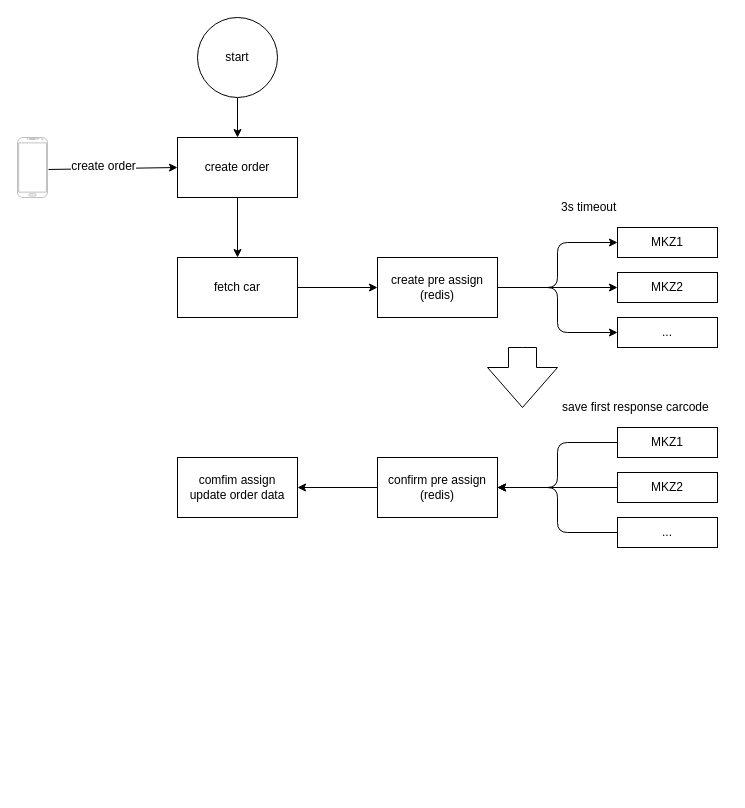
Before: 出行项目/weridego_local_signorder.drawio in wurh/myDesignDoc, a draw.io diagram. Source tidied: cells renumbered, new cells numbered last; positions are measured from the earlier drawing's top-left corner, leaving out a move shared by most shapes. Both pictures are drawn from the tidied source at 100%, with x=0, y=0 at pixel (17, 17).
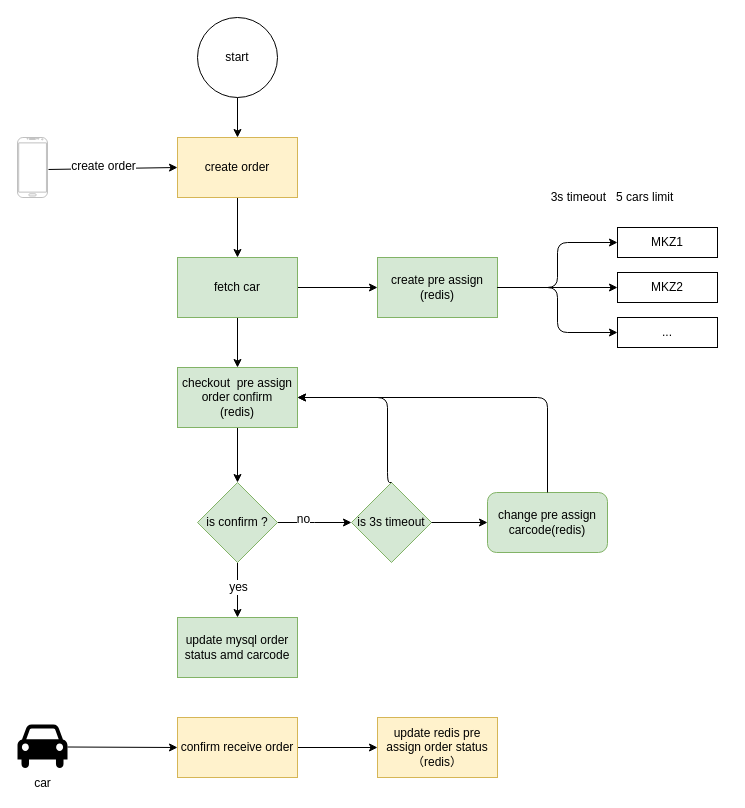
After the change.

Change to the diagram source:
```diff
@@
-    <mxCell id="6" value="create order" style="rounded=0;whiteSpace=wrap;html=1;" parent="1" vertex="1">
+    <mxCell id="6" value="create order" style="rounded=0;whiteSpace=wrap;html=1;fillColor=#fff2cc;strokeColor=#d6b656;" parent="1" vertex="1">
       <mxGeometry x="160" y="120" width="120" height="60" as="geometry" />
     </mxCell>
@@
+    <mxCell id="30" style="edgeStyle=orthogonalEdgeStyle;rounded=0;jettySize=auto;html=1;" parent="1" edge="1" source="10" target="32">
+      <mxGeometry relative="1" as="geometry" />
+    </mxCell>
-    <mxCell id="10" value="fetch car" style="rounded=0;whiteSpace=wrap;html=1;" parent="1" vertex="1">
+    <mxCell id="10" value="fetch car" style="rounded=0;whiteSpace=wrap;html=1;fillColor=#d5e8d4;strokeColor=#82b366;" parent="1" vertex="1">
       <mxGeometry x="160" y="240" width="120" height="60" as="geometry" />
     </mxCell>
-    <mxCell id="11" value="create pre assign&lt;br&gt;(redis)" style="rounded=0;whiteSpace=wrap;html=1;" parent="1" vertex="1">
+    <mxCell id="11" value="create pre assign&lt;br&gt;(redis)" style="rounded=0;whiteSpace=wrap;html=1;fillColor=#d5e8d4;strokeColor=#82b366;" parent="1" vertex="1">
       <mxGeometry x="360" y="240" width="120" height="60" as="geometry" />
     </mxCell>
-    <mxCell id="12" value="3s timeout&amp;nbsp;&amp;nbsp;" style="text;html=1;strokeColor=none;fillColor=none;align=center;verticalAlign=middle;whiteSpace=wrap;rounded=0;" parent="1" vertex="1">
-      <mxGeometry x="540" y="180" width="70" height="20" as="geometry" />
+    <mxCell id="12" value="3s timeout&amp;nbsp; &amp;nbsp;5 cars limit" style="text;html=1;strokeColor=none;fillColor=none;align=center;verticalAlign=middle;whiteSpace=wrap;rounded=0;" parent="1" vertex="1">
+      <mxGeometry x="480" y="170" width="230" height="20" as="geometry" />
     </mxCell>
@@
-    <mxCell id="19" style="html=1;shadow=0;dashed=0;align=center;verticalAlign=middle;shape=mxgraph.arrows2.arrow;dy=0.6;dx=40;direction=south;notch=0;" parent="1" vertex="1">
-      <mxGeometry x="470" y="330" width="70" height="60" as="geometry" />
-    </mxCell>
-    <mxCell id="20" style="edgeStyle=orthogonalEdgeStyle;rounded=0;jettySize=auto;html=1;" parent="1" edge="1" source="21" target="29">
-      <mxGeometry relative="1" as="geometry" />
-    </mxCell>
-    <mxCell id="21" value="confirm pre assign&lt;br&gt;(redis)" style="rounded=0;whiteSpace=wrap;html=1;" parent="1" vertex="1">
-      <mxGeometry x="360" y="440" width="120" height="60" as="geometry" />
-    </mxCell>
-    <mxCell id="22" value="MKZ1" style="rounded=0;whiteSpace=wrap;html=1;" parent="1" vertex="1">
-      <mxGeometry x="600" y="410" width="100" height="30" as="geometry" />
-    </mxCell>
-    <mxCell id="23" value="MKZ2" style="rounded=0;whiteSpace=wrap;html=1;" parent="1" vertex="1">
-      <mxGeometry x="600" y="455" width="100" height="30" as="geometry" />
-    </mxCell>
-    <mxCell id="24" value="..." style="rounded=0;whiteSpace=wrap;html=1;" parent="1" vertex="1">
-      <mxGeometry x="600" y="500" width="100" height="30" as="geometry" />
-    </mxCell>
-    <mxCell id="25" style="endArrow=classic;html=1;exitX=0;exitY=0.5;exitDx=0;exitDy=0;entryX=1;entryY=0.5;entryDx=0;entryDy=0;edgeStyle=orthogonalEdgeStyle;" parent="1" edge="1" source="22" target="21">
-      <mxGeometry relative="1" as="geometry" />
-    </mxCell>
-    <mxCell id="26" style="endArrow=classic;html=1;exitX=0;exitY=0.5;exitDx=0;exitDy=0;entryX=1;entryY=0.5;entryDx=0;entryDy=0;" parent="1" edge="1" source="23" target="21">
-      <mxGeometry relative="1" as="geometry" />
-    </mxCell>
-    <mxCell id="27" style="endArrow=classic;html=1;exitX=0;exitY=0.5;exitDx=0;exitDy=0;entryX=1;entryY=0.5;entryDx=0;entryDy=0;edgeStyle=orthogonalEdgeStyle;" parent="1" edge="1" source="24" target="21">
-      <mxGeometry relative="1" as="geometry" />
-    </mxCell>
-    <mxCell id="28" value="save first response carcode&amp;nbsp;" style="text;html=1;strokeColor=none;fillColor=none;align=center;verticalAlign=middle;whiteSpace=wrap;rounded=0;" parent="1" vertex="1">
-      <mxGeometry x="540" y="380" width="160" height="20" as="geometry" />
-    </mxCell>
-    <mxCell id="29" value="comfim assign&lt;br&gt;update order data" style="rounded=0;whiteSpace=wrap;html=1;" parent="1" vertex="1">
-      <mxGeometry x="160" y="440" width="120" height="60" as="geometry" />
-    </mxCell>
+    <mxCell id="31" style="edgeStyle=orthogonalEdgeStyle;rounded=0;jettySize=auto;html=1;" parent="1" edge="1" source="32" target="37">
+      <mxGeometry relative="1" as="geometry" />
+    </mxCell>
+    <mxCell id="32" value="checkout&amp;nbsp; pre assign order confirm&lt;br&gt;(redis)" style="rounded=0;whiteSpace=wrap;html=1;fillColor=#d5e8d4;strokeColor=#82b366;" parent="1" vertex="1">
+      <mxGeometry x="160" y="350" width="120" height="60" as="geometry" />
+    </mxCell>
+    <mxCell id="33" style="edgeStyle=orthogonalEdgeStyle;rounded=0;jettySize=auto;html=1;" parent="1" edge="1" source="37" target="38">
+      <mxGeometry relative="1" as="geometry" />
+    </mxCell>
+    <mxCell id="34" value="yes" style="text;html=1;align=center;verticalAlign=middle;labelBackgroundColor=#ffffff;" parent="33" vertex="1">
+      <mxGeometry x="-0.13" relative="1" as="geometry" />
+    </mxCell>
+    <mxCell id="35" style="edgeStyle=elbowEdgeStyle;rounded=0;jettySize=auto;html=1;" parent="1" edge="1" source="37" target="39">
+      <mxGeometry relative="1" as="geometry" />
+    </mxCell>
+    <mxCell id="36" value="no" style="text;html=1;align=center;verticalAlign=middle;labelBackgroundColor=#ffffff;" parent="35" vertex="1">
+      <mxGeometry y="13" relative="1" as="geometry">
+        <mxPoint x="-12" y="9" as="offset" />
+      </mxGeometry>
+    </mxCell>
+    <mxCell id="37" value="is confirm ?" style="rhombus;whiteSpace=wrap;html=1;fillColor=#d5e8d4;strokeColor=#82b366;" parent="1" vertex="1">
+      <mxGeometry x="180" y="465" width="80" height="80" as="geometry" />
+    </mxCell>
+    <mxCell id="38" value="update mysql order status amd carcode" style="rounded=0;whiteSpace=wrap;html=1;fillColor=#d5e8d4;strokeColor=#82b366;" parent="1" vertex="1">
+      <mxGeometry x="160" y="600" width="120" height="60" as="geometry" />
+    </mxCell>
+    <mxCell id="39" value="is 3s timeout" style="rhombus;whiteSpace=wrap;html=1;fillColor=#d5e8d4;strokeColor=#82b366;" parent="1" vertex="1">
+      <mxGeometry x="334" y="465" width="80" height="80" as="geometry" />
+    </mxCell>
+    <mxCell id="40" style="endArrow=classic;html=1;exitX=0.5;exitY=0;exitDx=0;exitDy=0;entryX=1;entryY=0.5;entryDx=0;entryDy=0;edgeStyle=elbowEdgeStyle;" parent="1" edge="1" source="39" target="32">
+      <mxGeometry relative="1" as="geometry">
+        <Array as="points">
+          <mxPoint x="370" y="420" />
+        </Array>
+      </mxGeometry>
+    </mxCell>
+    <mxCell id="41" value="change pre assign&lt;br&gt;carcode(redis)" style="rounded=1;whiteSpace=wrap;html=1;fillColor=#d5e8d4;strokeColor=#82b366;" parent="1" vertex="1">
+      <mxGeometry x="470" y="475" width="120" height="60" as="geometry" />
+    </mxCell>
+    <mxCell id="42" style="endArrow=classic;html=1;exitX=1;exitY=0.5;exitDx=0;exitDy=0;" parent="1" edge="1" source="39" target="41">
+      <mxGeometry relative="1" as="geometry" />
+    </mxCell>
+    <mxCell id="43" style="endArrow=classic;html=1;exitX=0.5;exitY=0;exitDx=0;exitDy=0;entryX=1;entryY=0.5;entryDx=0;entryDy=0;edgeStyle=orthogonalEdgeStyle;" parent="1" edge="1" source="41" target="32">
+      <mxGeometry relative="1" as="geometry" />
+    </mxCell>
+    <mxCell id="44" value="car" style="shape=mxgraph.signs.transportation.car_4;html=1;fillColor=#000000;strokeColor=none;verticalLabelPosition=bottom;verticalAlign=top;align=center;" parent="1" vertex="1">
+      <mxGeometry y="707" width="50" height="45" as="geometry" />
+    </mxCell>
+    <mxCell id="45" style="edgeStyle=orthogonalEdgeStyle;rounded=0;jettySize=auto;html=1;" parent="1" edge="1" source="46" target="47">
+      <mxGeometry relative="1" as="geometry" />
+    </mxCell>
+    <mxCell id="46" value="confirm receive order" style="rounded=0;whiteSpace=wrap;html=1;fillColor=#fff2cc;strokeColor=#d6b656;" parent="1" vertex="1">
+      <mxGeometry x="160" y="700" width="120" height="60" as="geometry" />
+    </mxCell>
+    <mxCell id="47" value="update redis pre assign order status&lt;br&gt;（redis）" style="rounded=0;whiteSpace=wrap;html=1;fillColor=#fff2cc;strokeColor=#d6b656;" parent="1" vertex="1">
+      <mxGeometry x="360" y="700" width="120" height="60" as="geometry" />
+    </mxCell>
+    <mxCell id="48" style="endArrow=classic;html=1;entryX=0;entryY=0.5;entryDx=0;entryDy=0;exitX=1;exitY=0.5;exitDx=0;exitDy=0;exitPerimeter=0;" parent="1" edge="1" source="44" target="46">
+      <mxGeometry relative="1" as="geometry" />
+    </mxCell>
```
